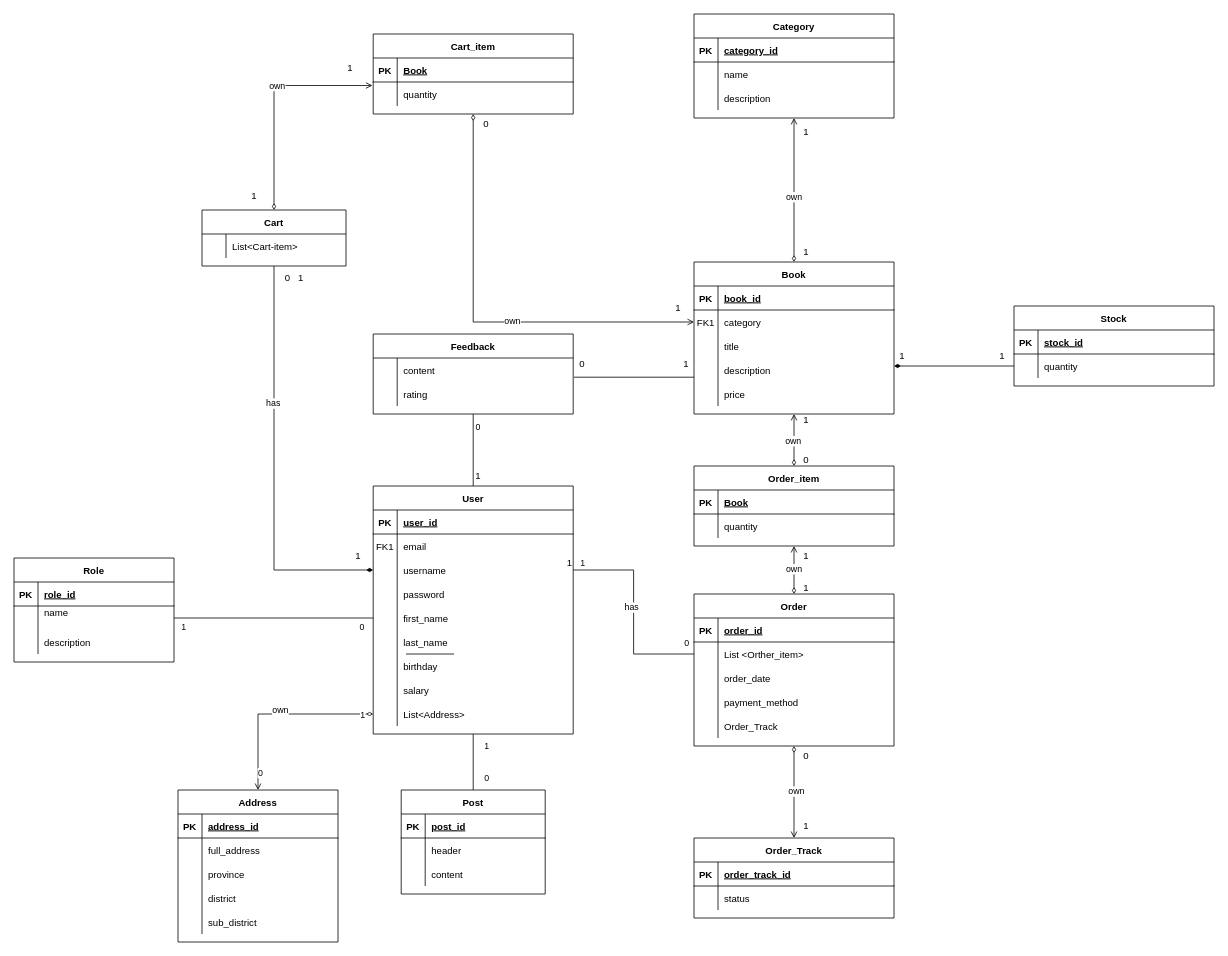
Earlier version of the draw.io diagram Untitled Diagram.drawio (Bisoo12300/web_project_ERD). Source tidied: cells renumbered, new cells numbered last; positions are measured from the earlier drawing's top-left corner, leaving out a move shared by most shapes. Both pictures are drawn from the tidied source at 80%, with x=0, y=0 at pixel (14, 14).
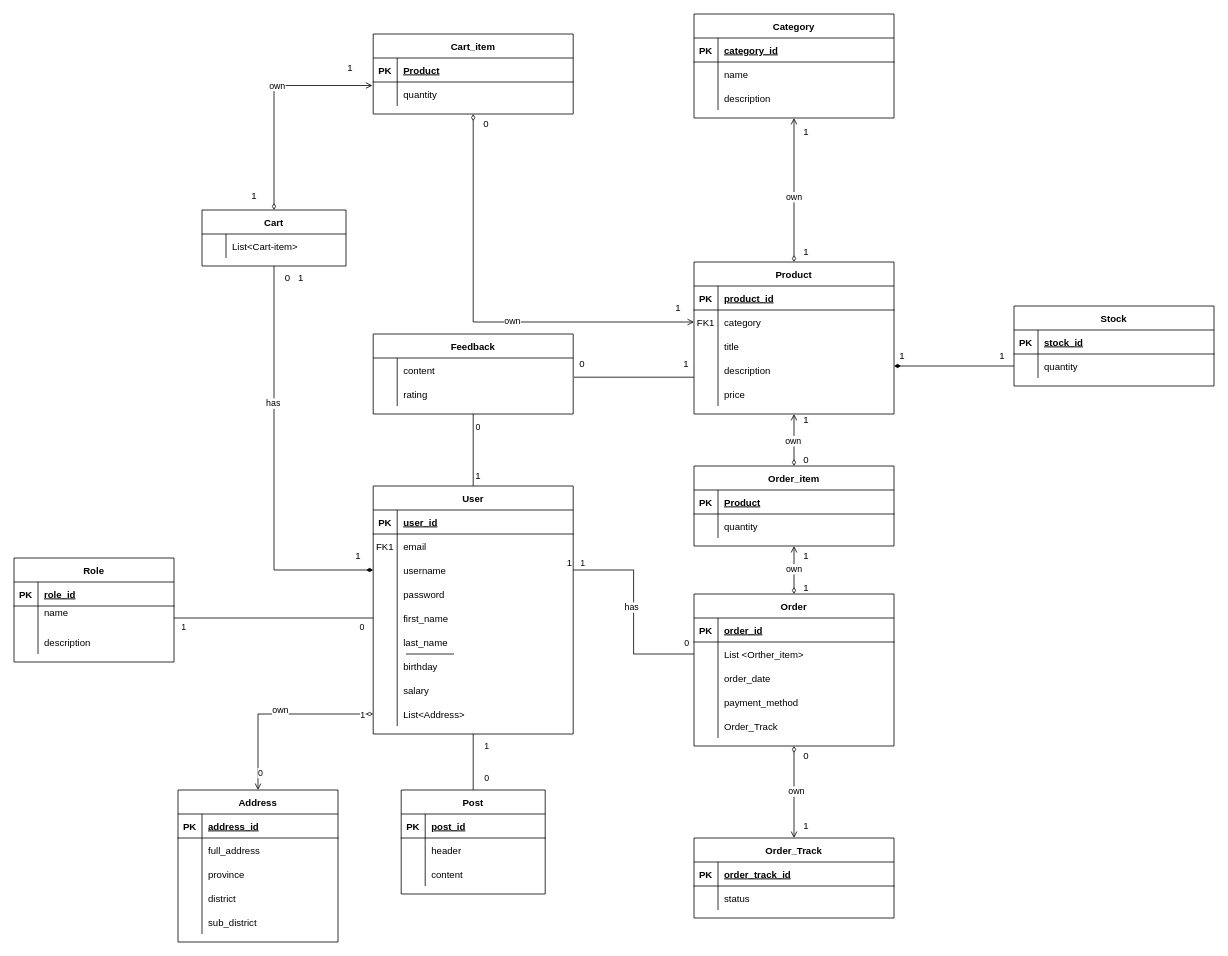
The same page after the edit.

Commit message:
sua book thanh product

Unchanged cells that the change refers to:
```xml
<mxCell id="74" style="shape=partialRectangle;fillColor=none;top=0;left=0;right=0;bottom=1;" parent="73" vertex="1">
  <mxGeometry y="30" width="250" height="30" as="geometry" />
</mxCell>
<mxCell id="94" style="shape=partialRectangle;fillColor=none;top=0;left=0;right=0;bottom=1;" parent="93" vertex="1">
  <mxGeometry y="30" width="250" height="30" as="geometry" />
</mxCell>
<mxCell id="118" style="shape=partialRectangle;fillColor=none;top=0;left=0;right=0;bottom=1;" parent="117" vertex="1">
  <mxGeometry y="30" width="250" height="30" as="geometry" />
</mxCell>
```

What changed in the source:
```diff
@@
-    <mxCell id="73" value="Book" style="shape=table;startSize=30;childLayout=tableLayout;rowLines=0;fontStyle=1;align=center;" parent="1" vertex="1">
+    <mxCell id="73" value="Product" style="shape=table;startSize=30;childLayout=tableLayout;rowLines=0;fontStyle=1;align=center;" parent="1" vertex="1">
       <mxGeometry x="850" y="310" width="250" height="190" as="geometry" />
     </mxCell>
@@
-    <mxCell id="76" value="book_id" style="shape=partialRectangle;overflow=hidden;fillColor=none;top=0;left=0;bottom=0;right=0;align=left;spacingLeft=6;fontStyle=5;" parent="74" vertex="1">
+    <mxCell id="76" value="product_id" style="shape=partialRectangle;overflow=hidden;fillColor=none;top=0;left=0;bottom=0;right=0;align=left;spacingLeft=6;fontStyle=5;" parent="74" vertex="1">
       <mxGeometry x="30" width="220" height="30" as="geometry" />
     </mxCell>
@@
-    <mxCell id="96" value="Book" style="shape=partialRectangle;overflow=hidden;fillColor=none;top=0;left=0;bottom=0;right=0;align=left;spacingLeft=6;fontStyle=5;" parent="94" vertex="1">
+    <mxCell id="96" value="Product" style="shape=partialRectangle;overflow=hidden;fillColor=none;top=0;left=0;bottom=0;right=0;align=left;spacingLeft=6;fontStyle=5;" parent="94" vertex="1">
       <mxGeometry x="30" width="220" height="30" as="geometry" />
     </mxCell>
@@
-    <mxCell id="120" value="Book" style="shape=partialRectangle;overflow=hidden;fillColor=none;top=0;left=0;bottom=0;right=0;align=left;spacingLeft=6;fontStyle=5;" parent="118" vertex="1">
+    <mxCell id="120" value="Product" style="shape=partialRectangle;overflow=hidden;fillColor=none;top=0;left=0;bottom=0;right=0;align=left;spacingLeft=6;fontStyle=5;" parent="118" vertex="1">
       <mxGeometry x="30" width="220" height="30" as="geometry" />
     </mxCell>
```
